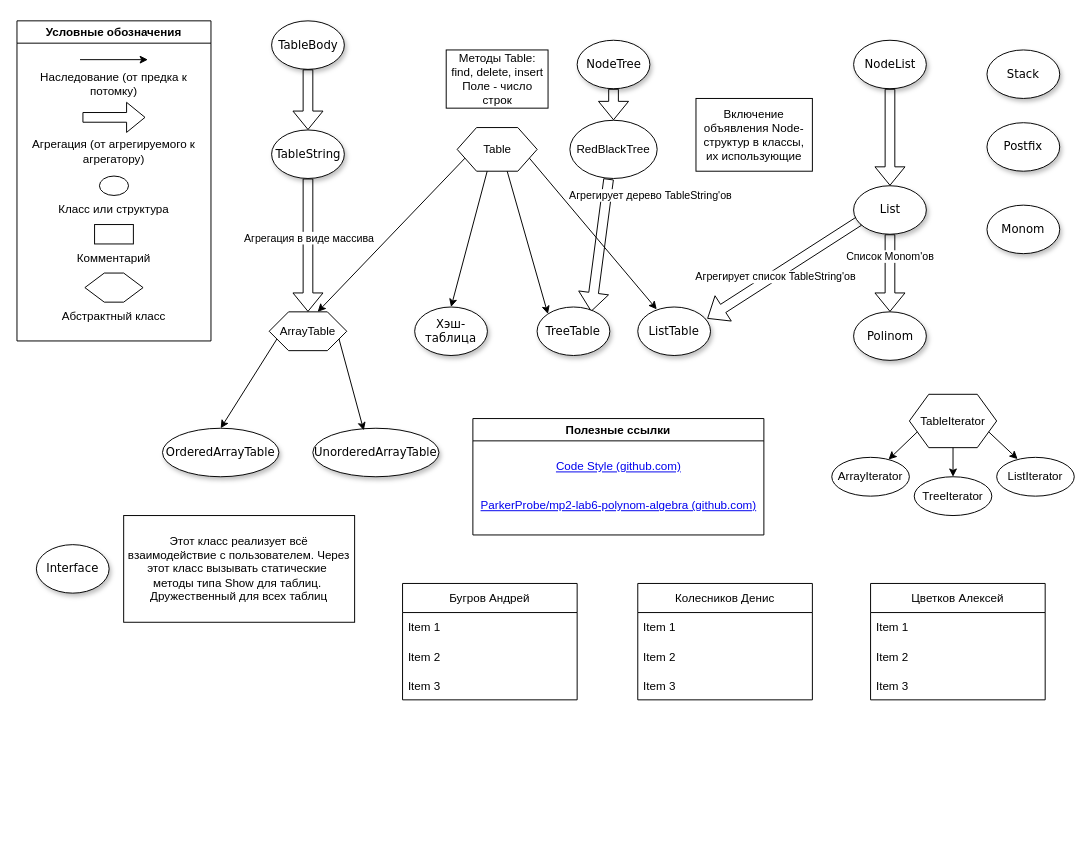
ParkerProbe/mp2-lab6-polynom-algebra keeps this draw.io diagram as Class_Diagram.drawio. Above is the earlier version. Source tidied: cells renumbered, new cells numbered last; positions are measured from the earlier drawing's top-left corner, leaving out a move shared by most shapes. Both pictures are drawn from the tidied source at 97%, with x=0, y=0 at pixel (16, 20).
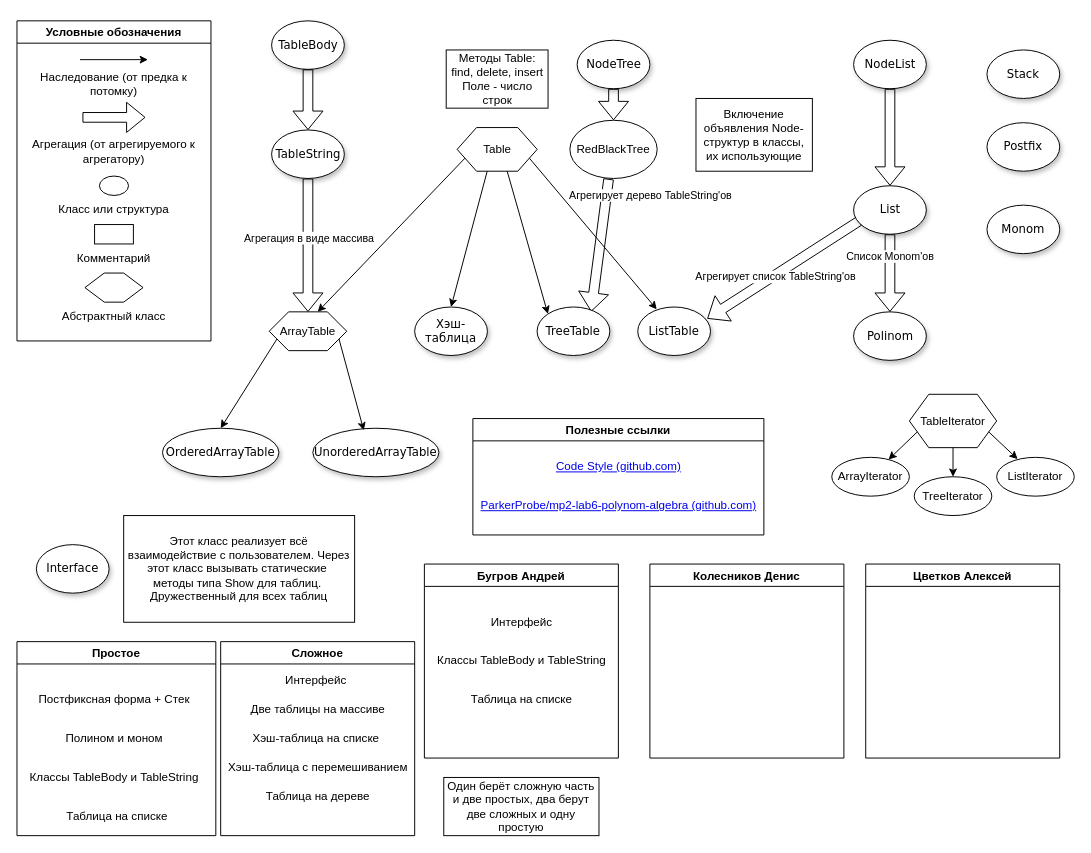
Above is the later version.

What changed in the source:
```diff
@@
-    <mxCell id="61" value="Бугров Андрей" style="swimlane;fontStyle=0;horizontal=1;startSize=30;" parent="1" vertex="1">
-      <mxGeometry x="397.5" y="580" width="180" height="120" as="geometry" />
+    <mxCell id="61" value="Бугров Андрей" style="swimlane;" parent="1" vertex="1">
+      <mxGeometry x="420" y="560" width="200" height="200" as="geometry" />
     </mxCell>
-    <mxCell id="62" value="Item 1" style="text;strokeColor=none;fillColor=none;align=left;verticalAlign=middle;spacingLeft=4;spacingRight=4;overflow=hidden;" parent="61" vertex="1">
-      <mxGeometry y="30" width="180" height="30" as="geometry" />
-    </mxCell>
-    <mxCell id="63" value="Item 2" style="text;strokeColor=none;fillColor=none;align=left;verticalAlign=middle;spacingLeft=4;spacingRight=4;overflow=hidden;" parent="61" vertex="1">
-      <mxGeometry y="60" width="180" height="30" as="geometry" />
-    </mxCell>
-    <mxCell id="64" value="Item 3" style="text;strokeColor=none;fillColor=none;align=left;verticalAlign=middle;spacingLeft=4;spacingRight=4;overflow=hidden;" parent="61" vertex="1">
-      <mxGeometry y="90" width="180" height="30" as="geometry" />
-    </mxCell>
+    <mxCell id="73" value="Интерфейс" style="text;html=1;align=center;verticalAlign=middle;strokeColor=none;fillColor=none;" parent="61" vertex="1">
+      <mxGeometry x="60" y="50" width="80" height="20" as="geometry" />
+    </mxCell>
+    <mxCell id="74" value="Классы TableBody и TableString" style="text;html=1;align=center;verticalAlign=middle;strokeColor=none;fillColor=none;" parent="61" vertex="1">
+      <mxGeometry x="5" y="90" width="190" height="20" as="geometry" />
+    </mxCell>
+    <mxCell id="75" value="Таблица на списке" style="text;html=1;align=center;verticalAlign=middle;strokeColor=none;fillColor=none;" parent="61" vertex="1">
+      <mxGeometry x="40" y="130" width="120" height="20" as="geometry" />
+    </mxCell>
-    <mxCell id="65" value="Колесников Денис" style="swimlane;fontStyle=0;horizontal=1;startSize=30;" parent="1" vertex="1">
-      <mxGeometry x="640" y="580" width="180" height="120" as="geometry" />
+    <mxCell id="65" value="Колесников Денис" style="swimlane;" parent="1" vertex="1">
+      <mxGeometry x="652.5" y="560" width="200" height="200" as="geometry" />
     </mxCell>
-    <mxCell id="66" value="Item 1" style="text;strokeColor=none;fillColor=none;align=left;verticalAlign=middle;spacingLeft=4;spacingRight=4;overflow=hidden;" parent="65" vertex="1">
-      <mxGeometry y="30" width="180" height="30" as="geometry" />
-    </mxCell>
-    <mxCell id="67" value="Item 2" style="text;strokeColor=none;fillColor=none;align=left;verticalAlign=middle;spacingLeft=4;spacingRight=4;overflow=hidden;" parent="65" vertex="1">
-      <mxGeometry y="60" width="180" height="30" as="geometry" />
-    </mxCell>
-    <mxCell id="68" value="Item 3" style="text;strokeColor=none;fillColor=none;align=left;verticalAlign=middle;spacingLeft=4;spacingRight=4;overflow=hidden;" parent="65" vertex="1">
-      <mxGeometry y="90" width="180" height="30" as="geometry" />
-    </mxCell>
-    <mxCell id="69" value="Цветков Алексей" style="swimlane;fontStyle=0;horizontal=1;startSize=30;" parent="1" vertex="1">
-      <mxGeometry x="880" y="580" width="180" height="120" as="geometry" />
+    <mxCell id="69" value="Цветков Алексей" style="swimlane;" parent="1" vertex="1">
+      <mxGeometry x="875" y="560" width="200" height="200" as="geometry" />
     </mxCell>
-    <mxCell id="70" value="Item 1" style="text;strokeColor=none;fillColor=none;align=left;verticalAlign=middle;spacingLeft=4;spacingRight=4;overflow=hidden;" parent="69" vertex="1">
-      <mxGeometry y="30" width="180" height="30" as="geometry" />
-    </mxCell>
-    <mxCell id="71" value="Item 2" style="text;strokeColor=none;fillColor=none;align=left;verticalAlign=middle;spacingLeft=4;spacingRight=4;overflow=hidden;" parent="69" vertex="1">
-      <mxGeometry y="60" width="180" height="30" as="geometry" />
-    </mxCell>
-    <mxCell id="72" value="Item 3" style="text;strokeColor=none;fillColor=none;align=left;verticalAlign=middle;spacingLeft=4;spacingRight=4;overflow=hidden;" parent="69" vertex="1">
-      <mxGeometry y="90" width="180" height="30" as="geometry" />
-    </mxCell>
+    <mxCell id="76" value="Простое" style="swimlane;" parent="1" vertex="1">
+      <mxGeometry y="640" width="205" height="200" as="geometry" />
+    </mxCell>
+    <mxCell id="77" value="Постфиксная форма + Стек" style="text;html=1;align=center;verticalAlign=middle;strokeColor=none;fillColor=none;" parent="76" vertex="1">
+      <mxGeometry x="15" y="50" width="170" height="20" as="geometry" />
+    </mxCell>
+    <mxCell id="78" value="Полином и моном" style="text;html=1;align=center;verticalAlign=middle;strokeColor=none;fillColor=none;" parent="76" vertex="1">
+      <mxGeometry x="40" y="90" width="120" height="20" as="geometry" />
+    </mxCell>
+    <mxCell id="79" value="Классы TableBody и TableString" style="text;html=1;align=center;verticalAlign=middle;strokeColor=none;fillColor=none;" parent="76" vertex="1">
+      <mxGeometry x="5" y="130" width="190" height="20" as="geometry" />
+    </mxCell>
+    <mxCell id="80" value="Таблица на списке" style="text;html=1;align=center;verticalAlign=middle;strokeColor=none;fillColor=none;" parent="76" vertex="1">
+      <mxGeometry x="42.5" y="170" width="120" height="20" as="geometry" />
+    </mxCell>
+    <mxCell id="81" value="Сложное" style="swimlane;" parent="1" vertex="1">
+      <mxGeometry x="210" y="640" width="200" height="200" as="geometry" />
+    </mxCell>
+    <mxCell id="82" value="Интерфейс" style="text;html=1;align=center;verticalAlign=middle;strokeColor=none;fillColor=none;" parent="81" vertex="1">
+      <mxGeometry x="57.5" y="30" width="80" height="20" as="geometry" />
+    </mxCell>
+    <mxCell id="83" value="Две таблицы на массиве" style="text;html=1;align=center;verticalAlign=middle;strokeColor=none;fillColor=none;" parent="81" vertex="1">
+      <mxGeometry x="25" y="60" width="150" height="20" as="geometry" />
+    </mxCell>
+    <mxCell id="84" value="Хэш-таблица на списке" style="text;html=1;align=center;verticalAlign=middle;strokeColor=none;fillColor=none;" parent="81" vertex="1">
+      <mxGeometry x="22.5" y="90" width="150" height="20" as="geometry" />
+    </mxCell>
+    <mxCell id="85" value="Хэш-таблица с перемешиванием" style="text;html=1;align=center;verticalAlign=middle;strokeColor=none;fillColor=none;" parent="81" vertex="1">
+      <mxGeometry y="120" width="200" height="20" as="geometry" />
+    </mxCell>
+    <mxCell id="86" value="Таблица на дереве" style="text;html=1;align=center;verticalAlign=middle;strokeColor=none;fillColor=none;" parent="81" vertex="1">
+      <mxGeometry x="40" y="150" width="120" height="20" as="geometry" />
+    </mxCell>
+    <mxCell id="87" value="Один берёт сложную часть и две простых, два берут две сложных и одну простую" style="rounded=0;whiteSpace=wrap;html=1;" parent="1" vertex="1">
+      <mxGeometry x="440" y="780" width="160" height="60" as="geometry" />
+    </mxCell>
```
